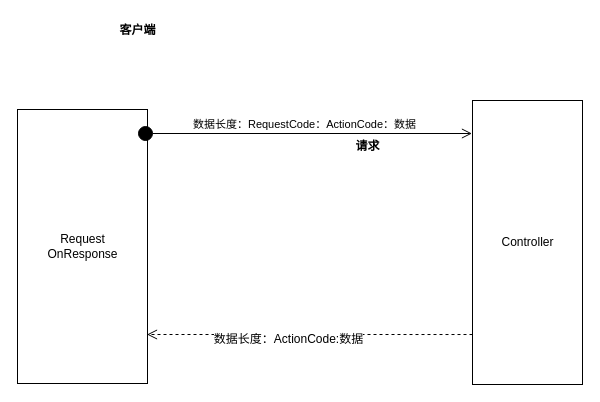
This is page "Page-2" (2 of 3) of Server Structure.drawio from iamlivehaha/Artificial-Life, a draw.io file, before an edit. Source tidied: cells renumbered, new cells numbered last; positions are measured from the earlier drawing's top-left corner, leaving out a move shared by most shapes. Both pictures are drawn from the tidied source at 100%, with x=0, y=0 at pixel (17, 17).
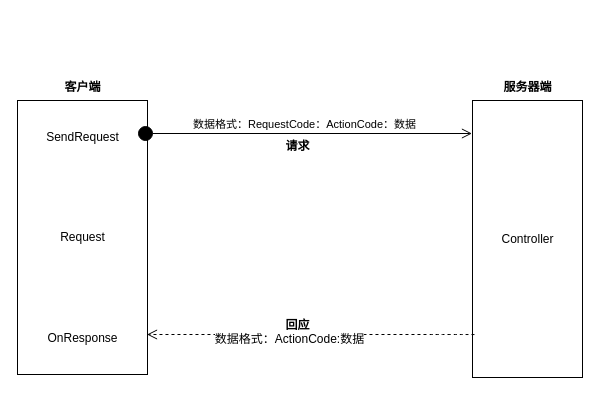
The same page after the edit.

What changed in the source:
```diff
@@
 <mxGraphModel>
   <root>
     <mxCell id="0" />
     <mxCell id="1" parent="0" />
-    <mxCell id="2" value="数据长度：RequestCode：ActionCode：数据" style="html=1;verticalAlign=bottom;startArrow=circle;startFill=1;endArrow=open;startSize=6;endSize=8;" parent="1" edge="1">
+    <mxCell id="2" value="数据格式：RequestCode：ActionCode：数据" style="html=1;verticalAlign=bottom;startArrow=circle;startFill=1;endArrow=open;startSize=6;endSize=8;" parent="1" edge="1">
       <mxGeometry relative="1" as="geometry">
         <mxPoint x="120" y="116" as="sourcePoint" />
         <mxPoint x="454.5" y="116" as="targetPoint" />
       </mxGeometry>
     </mxCell>
     <mxCell id="3" value="客户端" style="text;html=1;align=center;fontStyle=1;verticalAlign=middle;spacingLeft=3;spacingRight=3;strokeColor=none;fillColor=none;" parent="1" vertex="1">
-      <mxGeometry x="80" width="80" height="26" as="geometry" />
+      <mxGeometry x="25" y="57" width="80" height="26" as="geometry" />
     </mxCell>
-    <mxCell id="4" style="html=1;verticalAlign=bottom;endArrow=open;dashed=1;endSize=8;exitX=0;exitY=0.824;exitPerimeter=0;" parent="1" edge="1" source="8">
+    <mxCell id="4" style="html=1;verticalAlign=bottom;endArrow=open;dashed=1;endSize=8;exitX=0.018;exitY=0.845;exitPerimeter=0;exitDx=0;exitDy=0;" parent="1" edge="1" source="8">
       <mxGeometry relative="1" as="geometry">
         <mxPoint x="129.5" y="317" as="targetPoint" />
+        <Array as="points">
+          <mxPoint x="440" y="317" />
+          <mxPoint x="420" y="317" />
+        </Array>
       </mxGeometry>
     </mxCell>
-    <mxCell id="5" value="数据长度：ActionCode:数据" style="text;html=1;align=center;verticalAlign=middle;labelBackgroundColor=#ffffff;" parent="4" vertex="1">
+    <mxCell id="5" value="数据格式：ActionCode:数据" style="text;html=1;align=center;verticalAlign=middle;labelBackgroundColor=#ffffff;" parent="4" vertex="1">
       <mxGeometry x="0.13" y="4" relative="1" as="geometry" />
     </mxCell>
     <mxCell id="6" value="请求" style="text;html=1;align=center;fontStyle=1;verticalAlign=middle;spacingLeft=3;spacingRight=3;strokeColor=none;fillColor=none;" parent="1" vertex="1">
-      <mxGeometry x="310" y="116" width="80" height="26" as="geometry" />
+      <mxGeometry x="240" y="116" width="80" height="26" as="geometry" />
     </mxCell>
-    <mxCell id="7" value="Request&lt;div&gt;OnResponse&lt;/div&gt;" style="html=1;fillColor=none;" parent="1" vertex="1">
-      <mxGeometry y="92" width="130" height="274" as="geometry" />
+    <mxCell id="7" value="SendRequest&lt;br&gt;&lt;br&gt;&lt;br&gt;&lt;br&gt;&lt;br&gt;&lt;br&gt;&lt;br&gt;Request&lt;br&gt;&lt;br&gt;&lt;br&gt;&lt;br&gt;&lt;br&gt;&lt;br&gt;&lt;br&gt;&lt;div&gt;OnResponse&lt;/div&gt;" style="html=1;fillColor=none;" parent="1" vertex="1">
+      <mxGeometry y="83" width="130" height="274" as="geometry" />
     </mxCell>
     <mxCell id="8" value="Controller" style="html=1;fillColor=none;" parent="1" vertex="1">
-      <mxGeometry x="455" y="83" width="110" height="284" as="geometry" />
+      <mxGeometry x="455" y="83" width="110" height="277" as="geometry" />
     </mxCell>
+    <mxCell id="9" value="服务器端" style="text;html=1;align=center;fontStyle=1;verticalAlign=middle;spacingLeft=3;spacingRight=3;strokeColor=none;fillColor=none;" parent="1" vertex="1">
+      <mxGeometry x="470" y="57" width="80" height="26" as="geometry" />
+    </mxCell>
+    <mxCell id="10" value="&lt;b&gt;回应&lt;/b&gt;" style="text;html=1;align=center;verticalAlign=middle;" parent="1" vertex="1">
+      <mxGeometry x="260" y="298" width="40" height="20" as="geometry" />
+    </mxCell>
   </root>
 </mxGraphModel>
```
